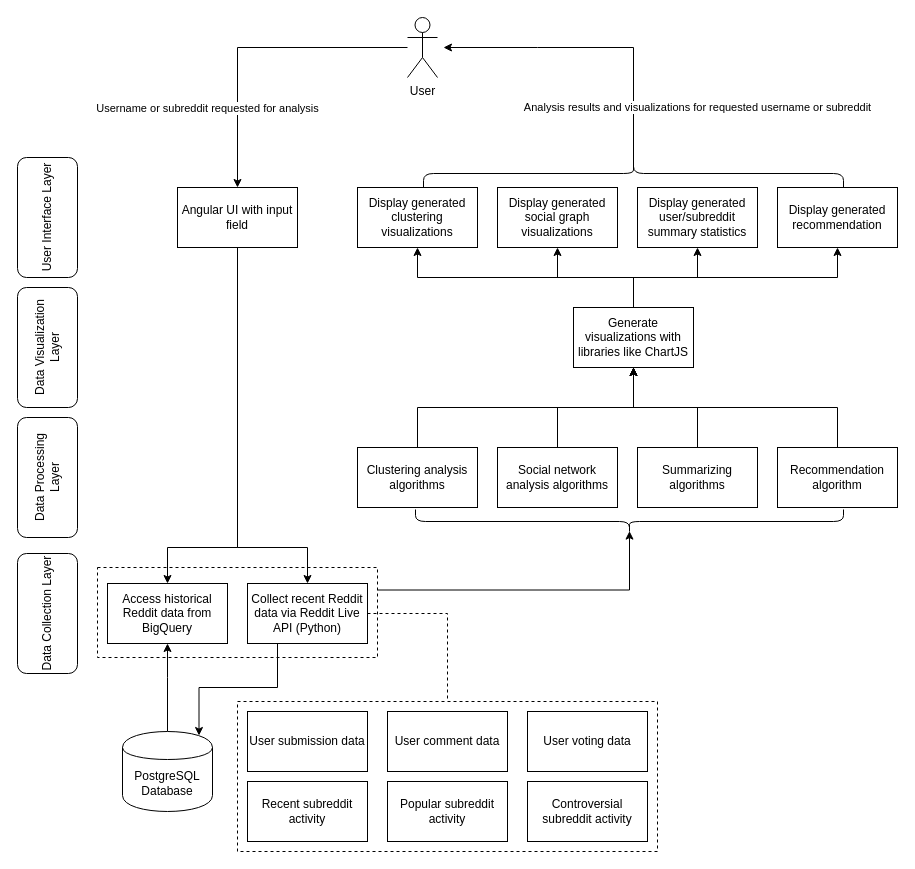
Earlier version of the draw.io diagram design_diagrams/Low_Level_updated.drawio (chuckgreenman/senior-design). Source tidied: cells renumbered, new cells numbered last; positions are measured from the earlier drawing's top-left corner, leaving out a move shared by most shapes. Both pictures are drawn from the tidied source at 100%, with x=0, y=0 at pixel (-13, -37).
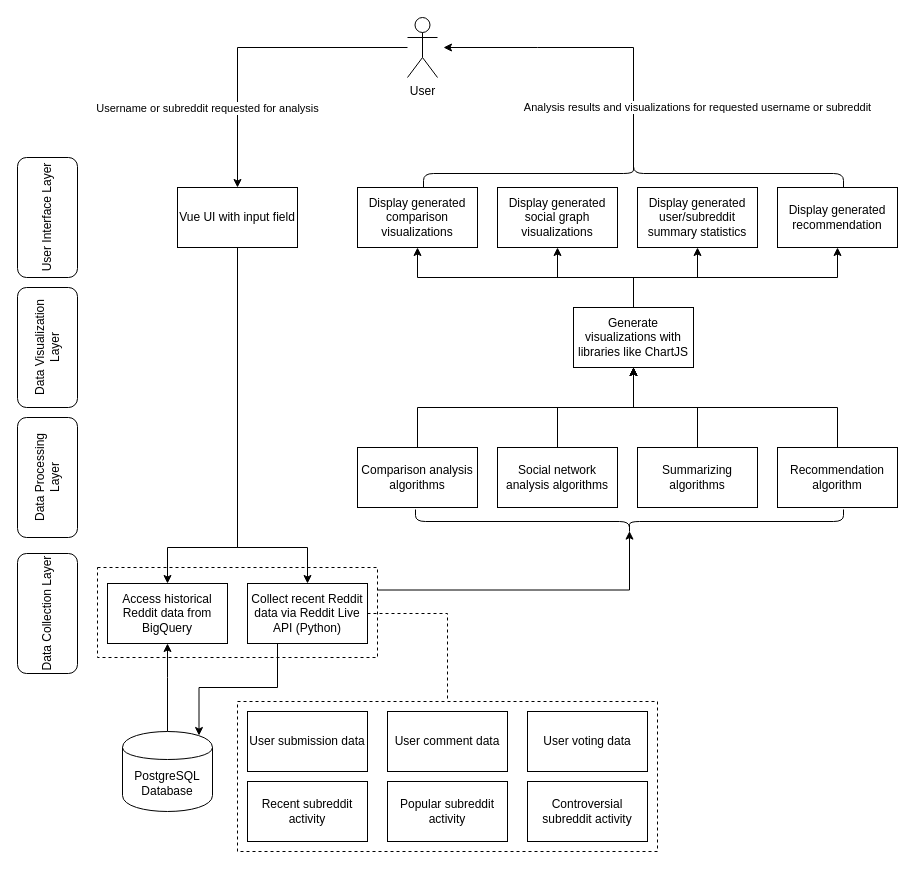
The same diagram, later.

Commit message (it also covers changes not shown here):
Small updates to design diagrams

Diff of the diagram source:
```diff
@@
-    <mxCell id="10" value="Angular UI with input field" style="rounded=0;whiteSpace=wrap;html=1;" parent="1" vertex="1">
+    <mxCell id="10" value="Vue UI with input field" style="rounded=0;whiteSpace=wrap;html=1;" parent="1" vertex="1">
       <mxGeometry x="190" y="224" width="120" height="60" as="geometry" />
     </mxCell>
-    <mxCell id="11" value="Display generated clustering visualizations" style="rounded=0;whiteSpace=wrap;html=1;" parent="1" vertex="1">
+    <mxCell id="11" value="Display generated comparison visualizations" style="rounded=0;whiteSpace=wrap;html=1;" parent="1" vertex="1">
       <mxGeometry x="370" y="224" width="120" height="60" as="geometry" />
     </mxCell>
@@
-    <mxCell id="32" value="Clustering analysis algorithms" style="rounded=0;whiteSpace=wrap;html=1;" parent="1" vertex="1">
+    <mxCell id="32" value="Comparison analysis algorithms" style="rounded=0;whiteSpace=wrap;html=1;" parent="1" vertex="1">
       <mxGeometry x="370" y="484" width="120" height="60" as="geometry" />
     </mxCell>
```
